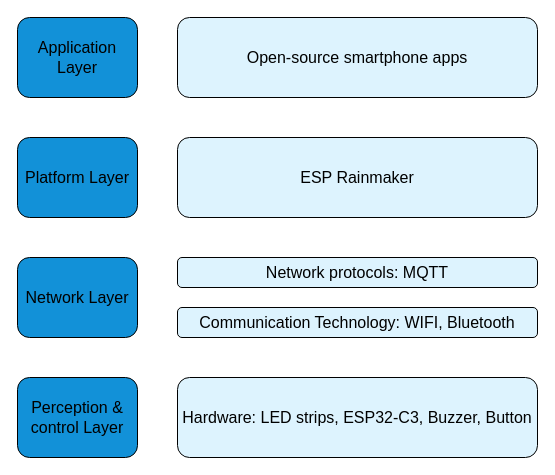
Earlier version of the draw.io diagram page "Page-3" (3 of 3) of PBL5.drawio (106210049/CK_RTOS). Source tidied: cells renumbered, new cells numbered last; positions are measured from the earlier drawing's top-left corner, leaving out a move shared by most shapes. Both pictures are drawn from the tidied source at 100%, with x=0, y=0 at pixel (17, 17).
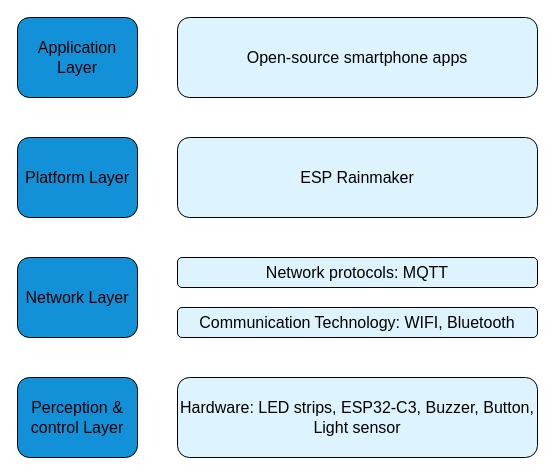
Above is the later version.

What changed in the source:
```diff
@@
 <mxGraphModel>
   <root>
     <mxCell id="0" />
     <mxCell id="1" parent="0" />
     <mxCell id="2" value="Application Layer" style="rounded=1;whiteSpace=wrap;html=1;fontSize=16;fillColor=#1291D8;" parent="1" vertex="1">
       <mxGeometry width="120" height="80" as="geometry" />
     </mxCell>
     <mxCell id="3" value="Platform Layer" style="rounded=1;whiteSpace=wrap;html=1;fontSize=16;fillColor=#1291D8;" parent="1" vertex="1">
       <mxGeometry y="120" width="120" height="80" as="geometry" />
     </mxCell>
     <mxCell id="4" value="Network Layer" style="rounded=1;whiteSpace=wrap;html=1;fontSize=16;fillColor=#1291D8;" parent="1" vertex="1">
       <mxGeometry y="240" width="120" height="80" as="geometry" />
     </mxCell>
     <mxCell id="5" value="Perception &amp;amp; control Layer" style="rounded=1;whiteSpace=wrap;html=1;fontSize=16;fillColor=#1291D8;" parent="1" vertex="1">
       <mxGeometry y="360" width="120" height="80" as="geometry" />
     </mxCell>
     <mxCell id="6" value="Open-source smartphone apps" style="rounded=1;whiteSpace=wrap;html=1;fontSize=16;fillColor=#DDF3FE;strokeColor=light-dark(#000000,#54A9CE);" parent="1" vertex="1">
       <mxGeometry x="160" width="360" height="80" as="geometry" />
     </mxCell>
     <mxCell id="7" value="ESP Rainmaker" style="rounded=1;whiteSpace=wrap;html=1;fontSize=16;fillColor=#DDF3FE;strokeColor=light-dark(#000000,#54A9CE);" parent="1" vertex="1">
       <mxGeometry x="160" y="120" width="360" height="80" as="geometry" />
     </mxCell>
     <mxCell id="8" value="Network protocols: MQTT" style="rounded=1;whiteSpace=wrap;html=1;fontSize=16;fillColor=#DDF3FE;strokeColor=light-dark(#000000,#54A9CE);" parent="1" vertex="1">
       <mxGeometry x="160" y="240" width="360" height="30" as="geometry" />
     </mxCell>
     <mxCell id="9" value="Communication Technology: WIFI, Bluetooth" style="rounded=1;whiteSpace=wrap;html=1;fontSize=16;fillColor=#DDF3FE;strokeColor=light-dark(#000000,#54A9CE);" parent="1" vertex="1">
       <mxGeometry x="160" y="290" width="360" height="30" as="geometry" />
     </mxCell>
-    <mxCell id="10" value="Hardware: LED strips, ESP32-C3, Buzzer, Button" style="rounded=1;whiteSpace=wrap;html=1;fontSize=16;fillColor=#DDF3FE;strokeColor=light-dark(#000000,#54A9CE);" parent="1" vertex="1">
+    <mxCell id="10" value="Hardware: LED strips, ESP32-C3, Buzzer, Button, Light sensor" style="rounded=1;whiteSpace=wrap;html=1;fontSize=16;fillColor=#DDF3FE;strokeColor=light-dark(#000000,#54A9CE);" parent="1" vertex="1">
       <mxGeometry x="160" y="360" width="360" height="80" as="geometry" />
     </mxCell>
   </root>
 </mxGraphModel>
```
